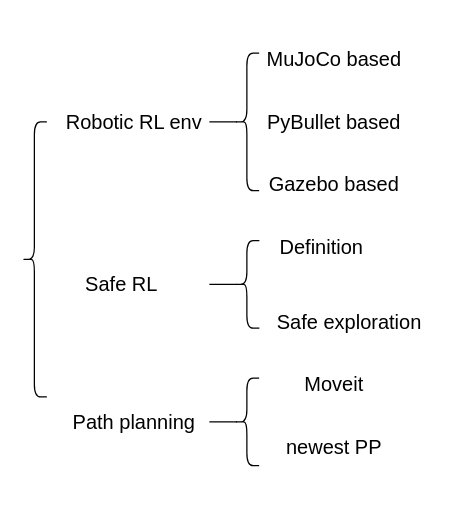
Earlier version of the draw.io diagram Untitled Diagram.drawio (Gaoyuan-Liu/debug). Source tidied: cells renumbered, new cells numbered last; positions are measured from the earlier drawing's top-left corner, leaving out a move shared by most shapes. Both pictures are drawn from the tidied source at 125%, with x=0, y=0 at pixel (21, 21).
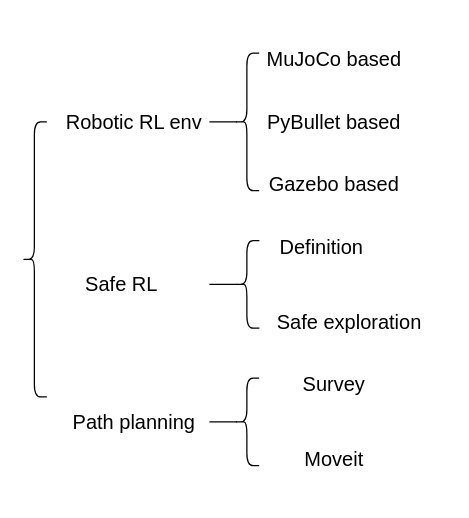
The same diagram, later.

What changed in the source:
```diff
@@
     <mxCell id="17" value="Moveit" style="rounded=0;whiteSpace=wrap;html=1;strokeColor=none;fontSize=16;" parent="1" vertex="1">
-      <mxGeometry x="190" y="260" width="120" height="60" as="geometry" />
+      <mxGeometry x="190" y="320" width="120" height="60" as="geometry" />
     </mxCell>
-    <mxCell id="18" value="newest PP" style="rounded=0;whiteSpace=wrap;html=1;strokeColor=none;fontSize=16;" parent="1" vertex="1">
-      <mxGeometry x="190" y="310" width="120" height="60" as="geometry" />
+    <mxCell id="18" value="Survey" style="rounded=0;whiteSpace=wrap;html=1;strokeColor=none;fontSize=16;" parent="1" vertex="1">
+      <mxGeometry x="190" y="260" width="120" height="60" as="geometry" />
     </mxCell>
```
